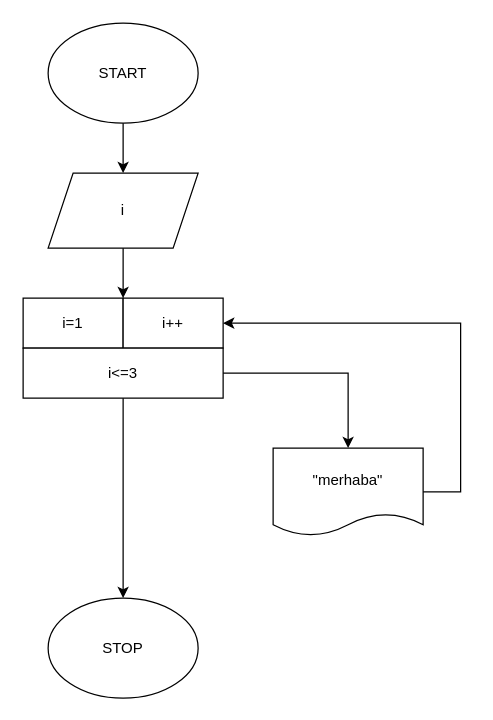
Before: examples/for-merhaba.drawio in Kano008/drawalg, a draw.io diagram. Source tidied: cells renumbered, new cells numbered last; positions are measured from the earlier drawing's top-left corner, leaving out a move shared by most shapes. Both pictures are drawn from the tidied source at 125%, with x=0, y=0 at pixel (22, 22).
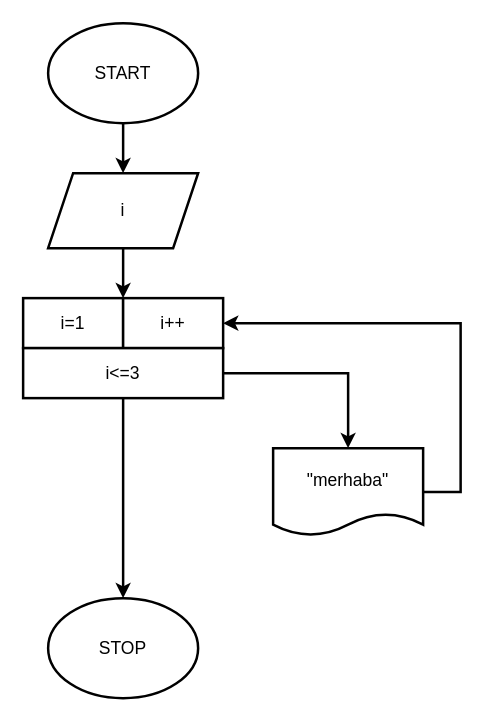
Above is the later version.

The edit, as a diff of the source:
```diff
@@
 <mxGraphModel>
   <root>
     <mxCell id="0" />
     <mxCell id="1" parent="0" />
-    <mxCell id="2" value="START" style="ellipse;html=1;whiteSpace=wrap;fontSize=12;drawalg=1;" parent="1" vertex="1">
+    <mxCell id="2" value="START" style="ellipse;html=1;whiteSpace=wrap;strokeWidth=2;fontSize=14;drawalg=1;drawalgV=2;" parent="1" vertex="1">
       <mxGeometry x="20" width="120" height="80" as="geometry" />
     </mxCell>
-    <mxCell id="3" value="STOP" style="ellipse;html=1;whiteSpace=wrap;fontSize=12;drawalg=1;" parent="1" vertex="1">
+    <mxCell id="3" value="STOP" style="ellipse;html=1;whiteSpace=wrap;strokeWidth=2;fontSize=14;drawalg=1;drawalgV=2;" parent="1" vertex="1">
       <mxGeometry x="20" y="460" width="120" height="80" as="geometry" />
     </mxCell>
-    <mxCell id="4" style="edgeStyle=none;rounded=0;html=1;endFill=1;drawalg=1;endArrow=classic;exitX=0.5;exitY=1;exitDx=0;exitDy=0;exitPerimeter=0;entryX=0.5;entryY=0;entryDx=0;entryDy=0;entryPerimeter=0;daSeq=main;daIdx=0;" parent="1" edge="1" source="2" target="5">
+    <mxCell id="4" style="edgeStyle=none;rounded=0;html=1;endFill=1;strokeWidth=2;drawalg=1;drawalgV=2;endArrow=classic;exitX=0.5;exitY=1;exitDx=0;exitDy=0;exitPerimeter=0;entryX=0.5;entryY=0;entryDx=0;entryDy=0;entryPerimeter=0;daSeq=main;daIdx=0;" parent="1" edge="1" source="2" target="5">
       <mxGeometry relative="1" as="geometry" />
     </mxCell>
-    <mxCell id="5" value="i" style="shape=parallelogram;perimeter=parallelogramPerimeter;fixedSize=1;size=20;html=1;whiteSpace=wrap;fontSize=12;drawalg=1;" parent="1" vertex="1">
+    <mxCell id="5" value="i" style="shape=parallelogram;perimeter=parallelogramPerimeter;fixedSize=1;size=20;html=1;whiteSpace=wrap;strokeWidth=2;fontSize=14;drawalg=1;drawalgV=2;" parent="1" vertex="1">
       <mxGeometry x="20" y="120" width="120" height="60" as="geometry" />
     </mxCell>
-    <mxCell id="6" style="edgeStyle=none;rounded=0;html=1;endFill=1;drawalg=1;endArrow=classic;exitX=0.5;exitY=1;exitDx=0;exitDy=0;exitPerimeter=0;entryX=1;entryY=0;entryDx=0;entryDy=0;entryPerimeter=0;daSeq=main;daIdx=1;" parent="1" edge="1" source="5" target="7">
+    <mxCell id="6" style="edgeStyle=none;rounded=0;html=1;endFill=1;strokeWidth=2;drawalg=1;drawalgV=2;endArrow=classic;exitX=0.5;exitY=1;exitDx=0;exitDy=0;exitPerimeter=0;entryX=1;entryY=0;entryDx=0;entryDy=0;entryPerimeter=0;daSeq=main;daIdx=1;" parent="1" edge="1" source="5" target="7">
       <mxGeometry relative="1" as="geometry" />
     </mxCell>
-    <mxCell id="7" value="i=1" style="rounded=0;html=1;whiteSpace=wrap;fontSize=12;drawalg=1;" parent="1" vertex="1">
+    <mxCell id="7" value="i=1" style="rounded=0;html=1;whiteSpace=wrap;strokeWidth=2;fontSize=14;drawalg=1;drawalgV=2;" parent="1" vertex="1">
       <mxGeometry y="220" width="80" height="40" as="geometry" />
     </mxCell>
-    <mxCell id="8" value="i++" style="rounded=0;html=1;whiteSpace=wrap;fontSize=12;drawalg=1;" parent="1" vertex="1">
+    <mxCell id="8" value="i++" style="rounded=0;html=1;whiteSpace=wrap;strokeWidth=2;fontSize=14;drawalg=1;drawalgV=2;" parent="1" vertex="1">
       <mxGeometry x="80" y="220" width="80" height="40" as="geometry" />
     </mxCell>
-    <mxCell id="9" value="i&amp;lt;=3" style="rounded=0;html=1;whiteSpace=wrap;fontSize=12;drawalg=1;" parent="1" vertex="1">
+    <mxCell id="9" value="i&amp;lt;=3" style="rounded=0;html=1;whiteSpace=wrap;strokeWidth=2;fontSize=14;drawalg=1;drawalgV=2;" parent="1" vertex="1">
       <mxGeometry y="260" width="160" height="40" as="geometry" />
     </mxCell>
-    <mxCell id="10" style="edgeStyle=none;rounded=0;html=1;endFill=1;drawalg=1;endArrow=classic;exitX=1;exitY=0.5;exitDx=0;exitDy=0;exitPerimeter=0;entryX=0.5;entryY=0;entryDx=0;entryDy=0;entryPerimeter=0;daSeq=q0kw4jsq4:body;daIdx=0;" parent="1" edge="1" source="9" target="12">
+    <mxCell id="10" style="edgeStyle=none;rounded=0;html=1;endFill=1;strokeWidth=2;drawalg=1;drawalgV=2;endArrow=classic;exitX=1;exitY=0.5;exitDx=0;exitDy=0;exitPerimeter=0;entryX=0.5;entryY=0;entryDx=0;entryDy=0;entryPerimeter=0;daSeq=f89w8pi8i:body;daIdx=0;" parent="1" edge="1" source="9" target="12">
       <mxGeometry relative="1" as="geometry">
         <Array as="points">
           <mxPoint x="260" y="280" />
         </Array>
       </mxGeometry>
     </mxCell>
-    <mxCell id="11" style="edgeStyle=none;rounded=0;html=1;endFill=1;drawalg=1;endArrow=classic;exitX=0.5;exitY=1;exitDx=0;exitDy=0;exitPerimeter=0;entryX=0.5;entryY=0;entryDx=0;entryDy=0;entryPerimeter=0;daSeq=main;daIdx=2;" parent="1" edge="1" source="9" target="3">
+    <mxCell id="11" style="edgeStyle=none;rounded=0;html=1;endFill=1;strokeWidth=2;drawalg=1;drawalgV=2;endArrow=classic;exitX=0.5;exitY=1;exitDx=0;exitDy=0;exitPerimeter=0;entryX=0.5;entryY=0;entryDx=0;entryDy=0;entryPerimeter=0;daSeq=main;daIdx=2;" parent="1" edge="1" source="9" target="3">
       <mxGeometry relative="1" as="geometry" />
     </mxCell>
-    <mxCell id="12" value="&quot;merhaba&quot;" style="shape=document;size=0.25;boundedLbl=1;html=1;whiteSpace=wrap;fontSize=12;drawalg=1;" parent="1" vertex="1">
+    <mxCell id="12" value="&quot;merhaba&quot;" style="shape=document;size=0.25;boundedLbl=1;html=1;whiteSpace=wrap;strokeWidth=2;fontSize=14;drawalg=1;drawalgV=2;" parent="1" vertex="1">
       <mxGeometry x="200" y="340" width="120" height="70" as="geometry" />
     </mxCell>
-    <mxCell id="13" style="edgeStyle=none;rounded=0;html=1;endFill=1;drawalg=1;endArrow=classic;exitX=1;exitY=0.5;exitDx=0;exitDy=0;exitPerimeter=0;entryX=1;entryY=0.5;entryDx=0;entryDy=0;entryPerimeter=0;daSeq=q0kw4jsq4:body;daIdx=1;" parent="1" edge="1" source="12" target="8">
+    <mxCell id="13" style="edgeStyle=none;rounded=0;html=1;endFill=1;strokeWidth=2;drawalg=1;drawalgV=2;endArrow=classic;exitX=1;exitY=0.5;exitDx=0;exitDy=0;exitPerimeter=0;entryX=1;entryY=0.5;entryDx=0;entryDy=0;entryPerimeter=0;daSeq=f89w8pi8i:body;daIdx=1;" parent="1" edge="1" source="12" target="8">
       <mxGeometry relative="1" as="geometry">
         <Array as="points">
           <mxPoint x="350" y="375" />
           <mxPoint x="350" y="240" />
         </Array>
       </mxGeometry>
     </mxCell>
   </root>
 </mxGraphModel>
```
